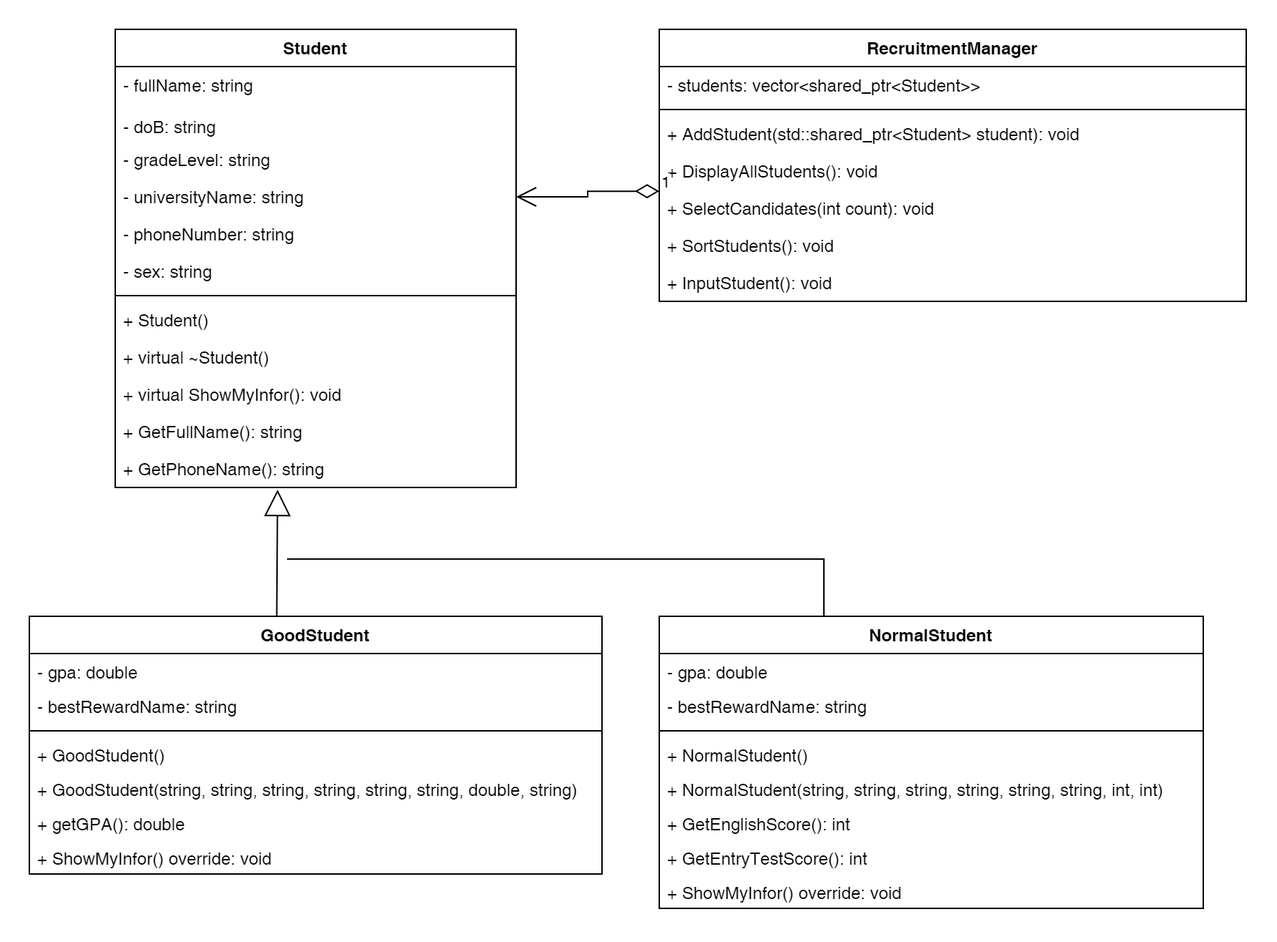
Earlier version of the draw.io export 14_RecruitmentManager/docs/classDiagram.png (thanhetebkdn/object_orient_programming). Source tidied: cells renumbered, new cells last; positions are measured from the earlier drawing's top-left corner, leaving out a move shared by most shapes.
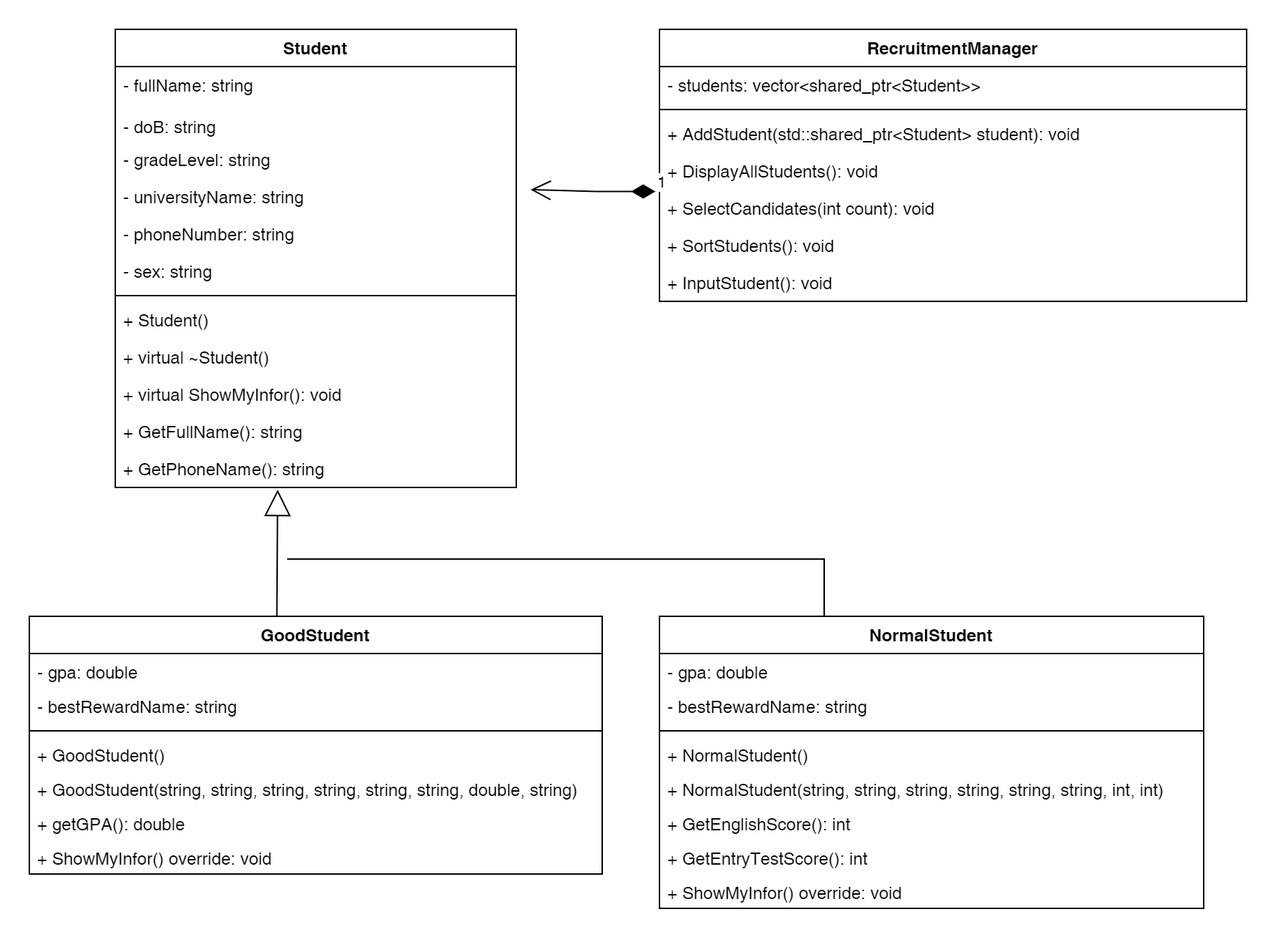
The same file after the commit.

The edit, as a diff of the source:
```diff
@@ -128,8 +128,10 @@
         </Array>
       </mxGeometry>
     </mxCell>
-    <mxCell id="42" value="1" style="endArrow=open;html=1;endSize=12;startArrow=diamondThin;startSize=14;startFill=0;edgeStyle=orthogonalEdgeStyle;align=left;verticalAlign=bottom;rounded=0;exitX=0;exitY=1.041;exitDx=0;exitDy=0;exitPerimeter=0;fontFamily=Helvetica;entryX=1;entryY=0.5;entryDx=0;entryDy=0;" parent="1" edge="1" source="27" target="14">
-      <mxGeometry x="-1" y="3" relative="1" as="geometry" />
+    <mxCell id="42" value="1" style="endArrow=open;html=1;endSize=12;startArrow=diamondThin;startSize=14;startFill=1;edgeStyle=orthogonalEdgeStyle;align=left;verticalAlign=bottom;rounded=0;exitX=-0.007;exitY=1.048;exitDx=0;exitDy=0;exitPerimeter=0;" parent="1" edge="1" source="27">
+      <mxGeometry x="-1" y="3" relative="1" as="geometry">
+        <mxPoint x="350" y="112" as="targetPoint" />
+      </mxGeometry>
     </mxCell>
   </root>
 </mxGraphModel>
```
